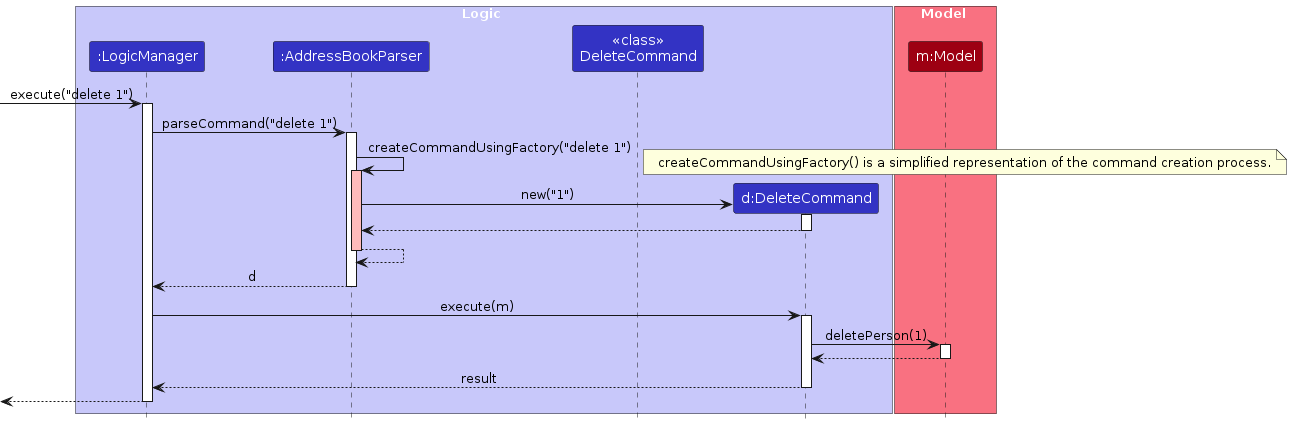
AY2324S2-CS2103T-W12-3/tp keeps this PlantUML diagram as diagrams/DeleteSequenceDiagram.png. Above is the earlier version. Its source is kept beside it as diagrams/DeleteSequenceDiagram.puml.
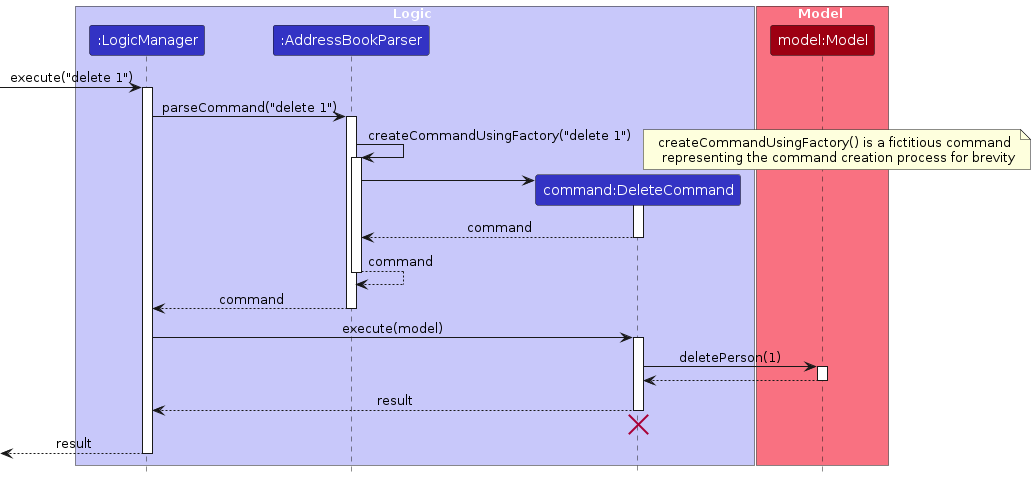
The same diagram one commit later.

Change to the diagram source:
```diff
@@ -5,12 +5,11 @@
 box Logic LOGIC_COLOR_T1
 participant ":LogicManager" as LogicManager LOGIC_COLOR
 participant ":AddressBookParser" as AddressBookParser LOGIC_COLOR
-participant "<<class>>\nDeleteCommand" as DeleteCommandClass LOGIC_COLOR
-participant "d:DeleteCommand" as DeleteCommand LOGIC_COLOR
+participant "command:DeleteCommand" as DeleteCommand LOGIC_COLOR
 end box
 
 box Model MODEL_COLOR_T1
-participant "m:Model" as Model MODEL_COLOR
+participant "model:Model" as Model MODEL_COLOR
 end box
 
 [-> LogicManager : execute("delete 1")
@@ -20,23 +19,23 @@
 activate AddressBookParser
 
 AddressBookParser -> AddressBookParser : createCommandUsingFactory("delete 1")
-activate AddressBookParser #FFBBBB
-note right: createCommandUsingFactory() is a simplified representation of the command creation process.
+note right: createCommandUsingFactory() is a fictitious command \n representing the command creation process for brevity
+activate AddressBookParser
 
 create DeleteCommand
-AddressBookParser -> DeleteCommand : new("1")
+AddressBookParser -> DeleteCommand
 activate DeleteCommand
 
-DeleteCommand --> AddressBookParser
+DeleteCommand --> AddressBookParser : command
 deactivate DeleteCommand
 
-AddressBookParser --> AddressBookParser
-deactivate AddressBookParser #FFBBBB
-
-AddressBookParser --> LogicManager : d
+AddressBookParser --> AddressBookParser : command
 deactivate AddressBookParser
 
-LogicManager -> DeleteCommand : execute(m)
+AddressBookParser --> LogicManager : command
+deactivate AddressBookParser
+
+LogicManager -> DeleteCommand : execute(model)
 activate DeleteCommand
 
 DeleteCommand -> Model : deletePerson(1)
@@ -48,6 +47,9 @@
 DeleteCommand --> LogicManager : result
 deactivate DeleteCommand
 
-[<--LogicManager
+DeleteCommand -[hidden]-> LogicManager
+destroy DeleteCommand
+
+[<--LogicManager : result
 deactivate LogicManager
 @enduml
```
